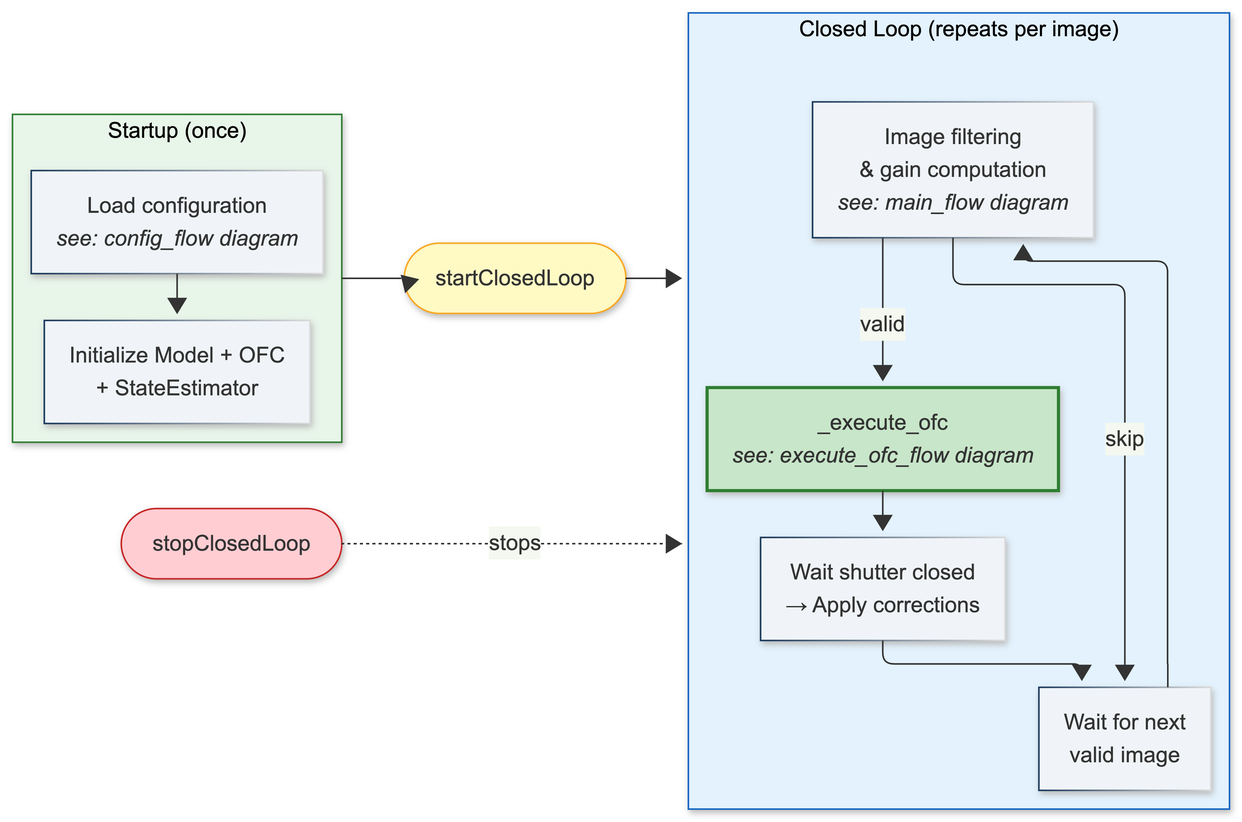
This is doc/closed-loop/_static/high_level_loop.png from lsst-ts/ts_mtaos, a Mermaid export, as it was before one commit. Its source is kept beside it as doc/closed-loop/_static/high_level_loop.mmd.
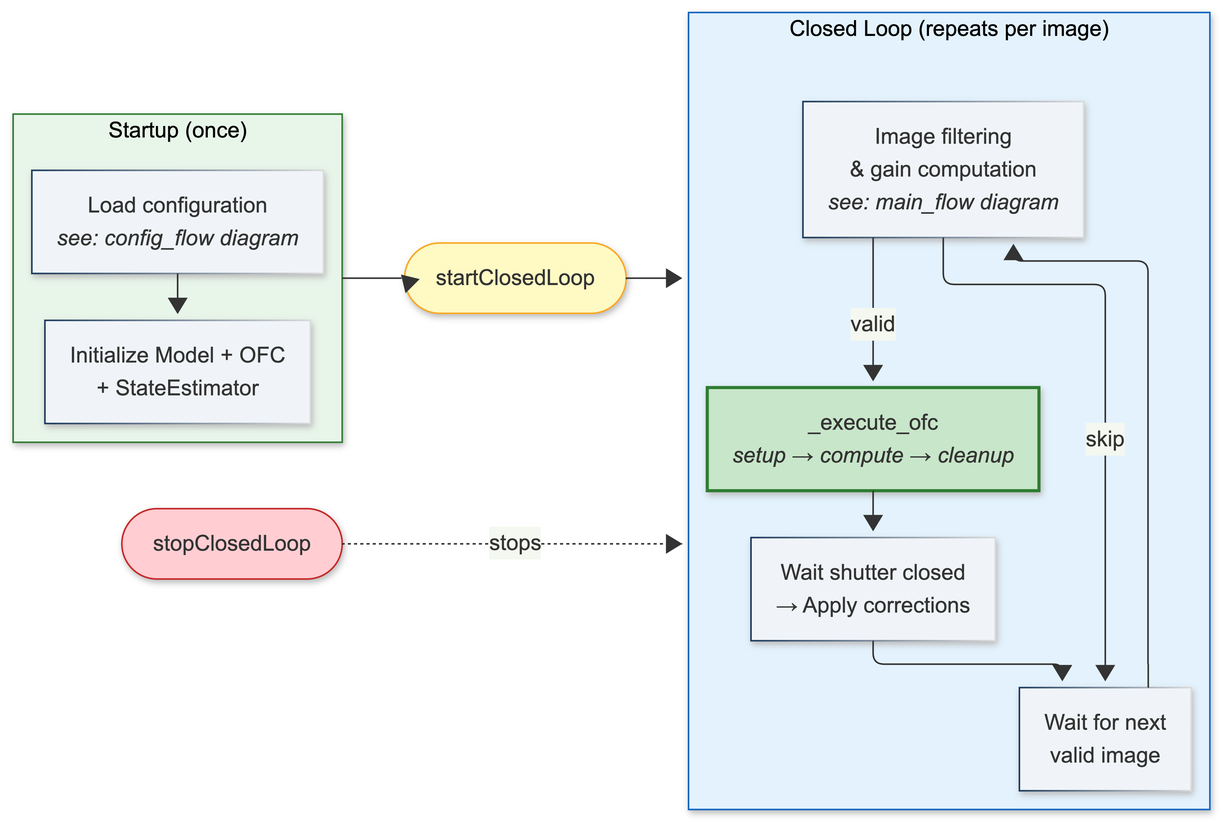
After the change.

Commit message:
Simplify OFC section and update diagrams

What changed in the source:
```diff
@@ -18,7 +18,7 @@
     subgraph LOOP["Closed Loop (repeats per image)"]
         direction TB
         WAIT[Wait for next<br/>valid image] --> CHECK[Image filtering<br/>& gain computation<br/><i>see: main_flow diagram</i>]
-        CHECK -->|valid| OFC_CALL[_execute_ofc<br/><i>see: execute_ofc_flow diagram</i>]
+        CHECK -->|valid| OFC_CALL[_execute_ofc<br/><i>setup → compute → cleanup</i>]
         CHECK -->|skip| WAIT
         OFC_CALL --> APPLY[Wait shutter closed<br/>→ Apply corrections]
         APPLY --> WAIT
```
